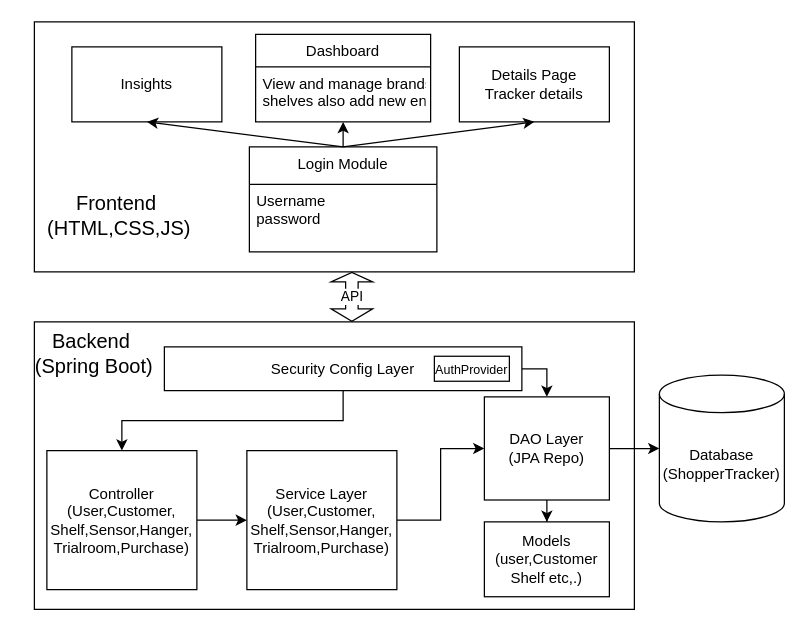
The draw.io diagram dev/ModuleDIagram.drawio in yuneshwaran/ShoppersTracking, before the edit. Source tidied: cells renumbered, new cells numbered last; positions are measured from the earlier drawing's top-left corner, leaving out a move shared by most shapes. Both pictures are drawn from the tidied source at 125%, with x=0, y=0 at pixel (21, 21).
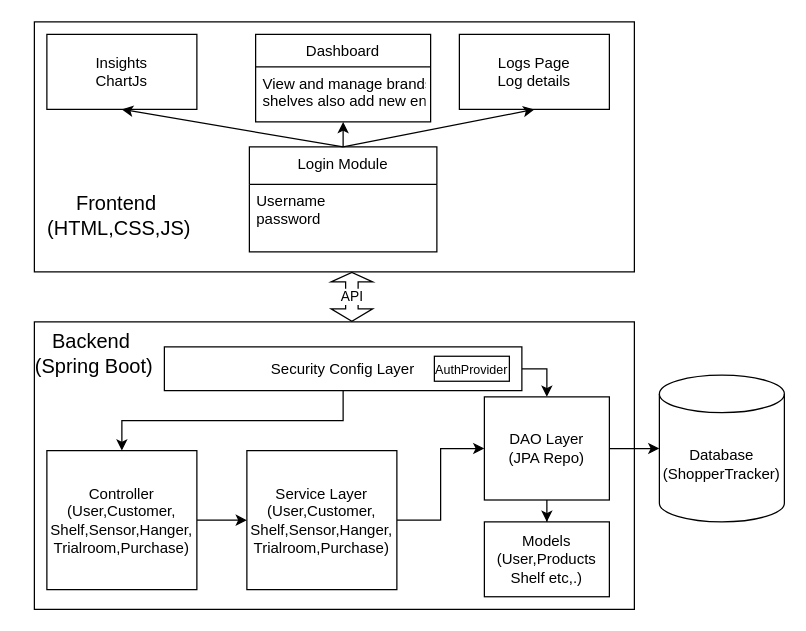
Above is the later version.

Change to the diagram source:
```diff
@@
-    <mxCell id="6" value="Insights" style="rounded=0;whiteSpace=wrap;html=1;" parent="1" vertex="1">
-      <mxGeometry x="40" y="20" width="120" height="60" as="geometry" />
+    <mxCell id="6" value="Insights&lt;div&gt;ChartJs&lt;/div&gt;" style="rounded=0;whiteSpace=wrap;html=1;" parent="1" vertex="1">
+      <mxGeometry x="20" y="10" width="120" height="60" as="geometry" />
     </mxCell>
-    <mxCell id="7" value="Details Page&lt;div&gt;Tracker details&lt;/div&gt;" style="rounded=0;whiteSpace=wrap;html=1;" parent="1" vertex="1">
-      <mxGeometry x="350" y="20" width="120" height="60" as="geometry" />
+    <mxCell id="7" value="Logs Page&lt;div&gt;Log details&lt;/div&gt;" style="rounded=0;whiteSpace=wrap;html=1;" parent="1" vertex="1">
+      <mxGeometry x="350" y="10" width="120" height="60" as="geometry" />
     </mxCell>
@@
-    <mxCell id="29" value="Models&lt;div&gt;(user,Customer&lt;/div&gt;&lt;div&gt;Shelf etc,.)&lt;/div&gt;" style="rounded=0;whiteSpace=wrap;html=1;" parent="1" vertex="1">
+    <mxCell id="29" value="Models&lt;div&gt;(User,Products&lt;/div&gt;&lt;div&gt;Shelf etc,.)&lt;/div&gt;" style="rounded=0;whiteSpace=wrap;html=1;" parent="1" vertex="1">
       <mxGeometry x="370" y="400" width="100" height="59.9" as="geometry" />
     </mxCell>
```
